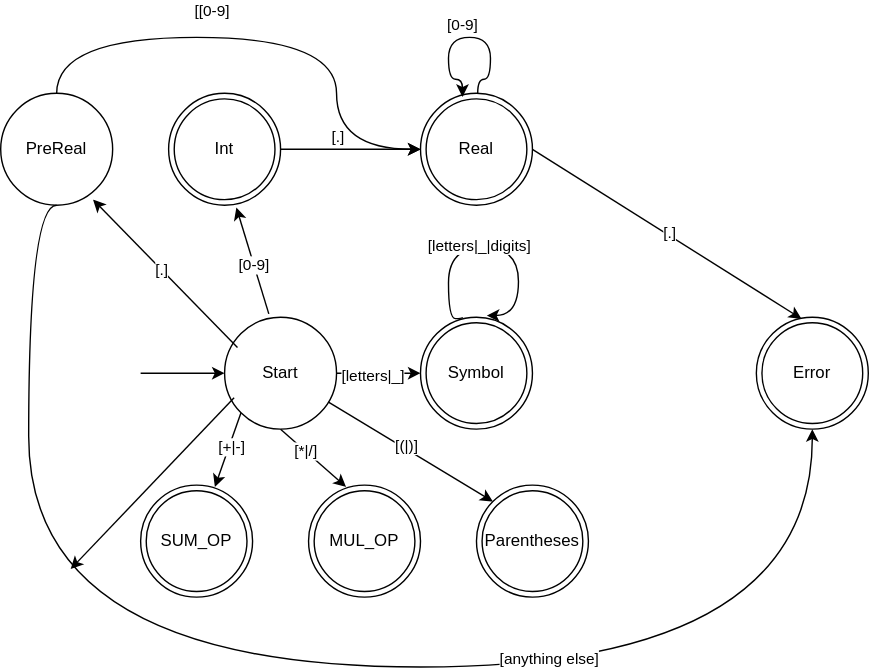
This is doc/NFA.drawio.svg from Raffaello/symbols, a draw.io export, as it was before one commit. Source tidied: cells renumbered, new cells last; positions are measured from the earlier drawing's top-left corner, leaving out a move shared by most shapes.
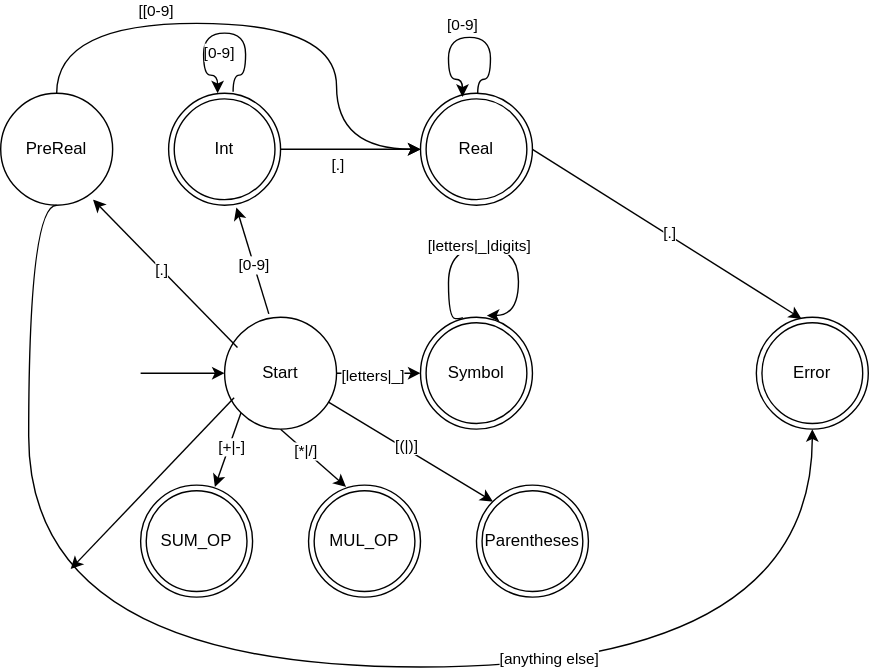
The same diagram one commit later.

Diff of the diagram source:
```diff
@@ -107,7 +107,7 @@
     </mxCell>
     <mxCell id="28" value="[.]" style="edgeLabel;html=1;align=center;verticalAlign=middle;" parent="27" vertex="1">
       <mxGeometry x="0.14" y="-4" relative="1" as="geometry">
-        <mxPoint x="-17" y="-14" as="offset" />
+        <mxPoint x="-17" y="6" as="offset" />
       </mxGeometry>
     </mxCell>
     <mxCell id="29" value="PreReal" style="ellipse;whiteSpace=wrap;html=1;" parent="1" vertex="1">
@@ -122,15 +122,15 @@
     <mxCell id="32" style="endArrow=classic;html=1;rounded=0;exitX=0.5;exitY=0;exitDx=0;exitDy=0;edgeStyle=orthogonalEdgeStyle;curved=1;" parent="1" edge="1" source="29" target="2">
       <mxGeometry relative="1" as="geometry">
         <Array as="points">
-          <mxPoint x="40" />
-          <mxPoint x="240" />
+          <mxPoint x="40" y="-10" />
+          <mxPoint x="240" y="-10" />
           <mxPoint x="240" y="80" />
         </Array>
       </mxGeometry>
     </mxCell>
     <mxCell id="33" value="[[0-9&lt;span style=&quot;background-color: light-dark(#ffffff, var(--ge-dark-color, #121212)); color: light-dark(rgb(0, 0, 0), rgb(255, 255, 255));&quot;&gt;]&lt;/span&gt;" style="edgeLabel;html=1;align=center;verticalAlign=middle;" parent="32" vertex="1">
       <mxGeometry x="0.39" relative="1" as="geometry">
-        <mxPoint x="-90" y="-43" as="offset" />
+        <mxPoint x="-130" y="-37" as="offset" />
       </mxGeometry>
     </mxCell>
     <mxCell id="34" style="endArrow=classic;html=1;rounded=0;exitX=0.5;exitY=1;exitDx=0;exitDy=0;entryX=0.5;entryY=1;entryDx=0;entryDy=0;edgeStyle=orthogonalEdgeStyle;curved=1;" parent="1" edge="1" source="29" target="7">
@@ -150,5 +150,23 @@
         <mxPoint x="50" y="380" as="targetPoint" />
       </mxGeometry>
     </mxCell>
+    <mxCell id="37" style="endArrow=classic;html=1;rounded=0;edgeStyle=orthogonalEdgeStyle;curved=1;exitX=0.576;exitY=-0.015;exitDx=0;exitDy=0;exitPerimeter=0;entryX=0.375;entryY=0.032;entryDx=0;entryDy=0;entryPerimeter=0;" parent="1" edge="1" source="24">
+      <mxGeometry relative="1" as="geometry">
+        <mxPoint x="155" y="40" as="targetPoint" />
+        <Array as="points">
+          <mxPoint x="166" y="27" />
+          <mxPoint x="175" y="27" />
+          <mxPoint x="175" y="-3" />
+          <mxPoint x="145" y="-3" />
+          <mxPoint x="145" y="27" />
+          <mxPoint x="155" y="27" />
+        </Array>
+      </mxGeometry>
+    </mxCell>
+    <mxCell id="38" value="[0-9]" style="edgeLabel;html=1;align=center;verticalAlign=middle;" parent="37" vertex="1">
+      <mxGeometry x="-0.07" y="1" relative="1" as="geometry">
+        <mxPoint x="-8" y="12" as="offset" />
+      </mxGeometry>
+    </mxCell>
   </root>
 </mxGraphModel>
```
